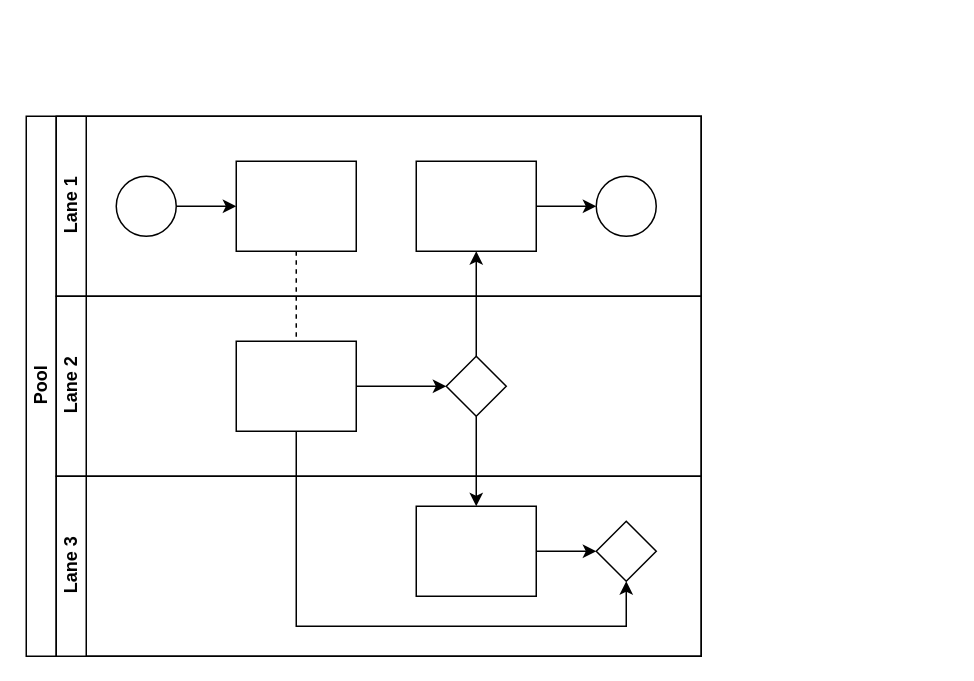
hnd4r7/draw.io keeps this draw.io diagram as src/Untitled Diagram.drawio. Above is the earlier version. Source tidied: cells renumbered, new cells numbered last; positions are measured from the earlier drawing's top-left corner, leaving out a move shared by most shapes. Both pictures are drawn from the tidied source at 150%, with x=0, y=0 at pixel (26, 116).
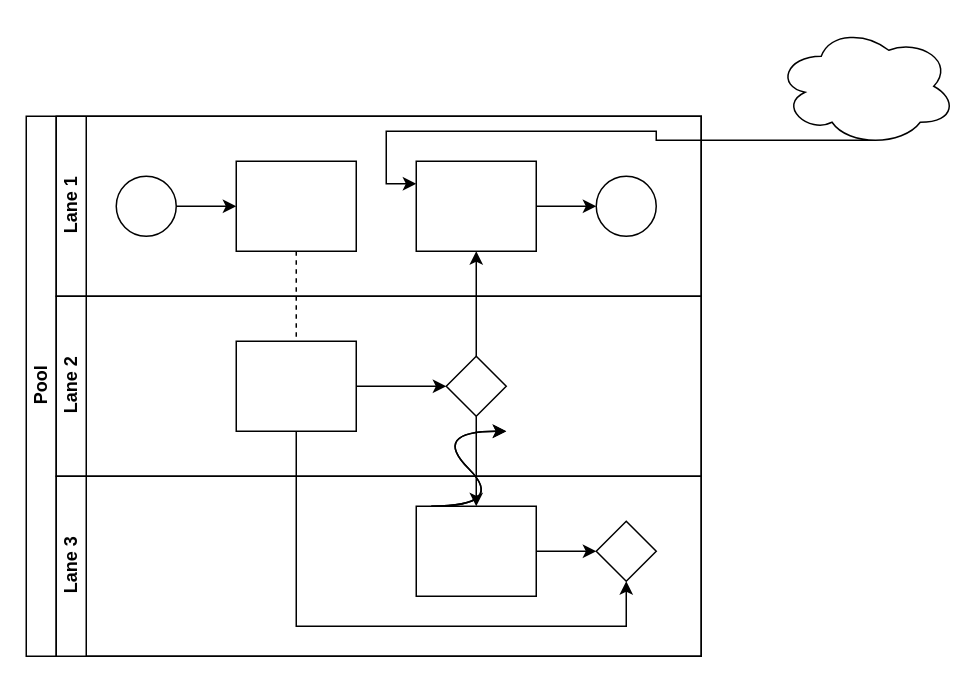
Above is the later version.

The change refers to these unchanged cells:
```xml
<mxCell id="12" style="rounded=0;whiteSpace=wrap;html=1;fontFamily=Helvetica;fontSize=12;fontColor=#000000;align=center;" parent="7" vertex="1">
  <mxGeometry x="240" y="30" width="80" height="60" as="geometry" />
</mxCell>
```

What changed in the source:
```diff
@@
+    <mxCell id="22" style="edgeStyle=orthogonalEdgeStyle;rounded=0;jettySize=auto;html=1;exitX=0.55;exitY=0.95;exitDx=0;exitDy=0;exitPerimeter=0;entryX=0;entryY=0.25;entryDx=0;entryDy=0;" parent="1" edge="1" source="23" target="12">
+      <mxGeometry relative="1" as="geometry" />
+    </mxCell>
+    <mxCell id="23" style="ellipse;shape=cloud;whiteSpace=wrap;html=1;" parent="1" vertex="1">
+      <mxGeometry x="500" y="-60" width="120" height="80" as="geometry" />
+    </mxCell>
+    <mxCell id="24" style="curved=1;endArrow=classic;html=1;" parent="1" edge="1">
+      <mxGeometry relative="1" as="geometry">
+        <mxPoint x="270" y="260" as="sourcePoint" />
+        <mxPoint x="320" y="210" as="targetPoint" />
+        <Array as="points">
+          <mxPoint x="320" y="260" />
+          <mxPoint x="270" y="210" />
+        </Array>
+      </mxGeometry>
+    </mxCell>
+    <mxCell id="25" style="curved=1;endArrow=classic;html=1;" parent="1" edge="1">
+      <mxGeometry relative="1" as="geometry">
+        <mxPoint x="270" y="260" as="sourcePoint" />
+        <mxPoint x="320" y="210" as="targetPoint" />
+        <Array as="points">
+          <mxPoint x="320" y="260" />
+          <mxPoint x="270" y="210" />
+        </Array>
+      </mxGeometry>
+    </mxCell>
```
